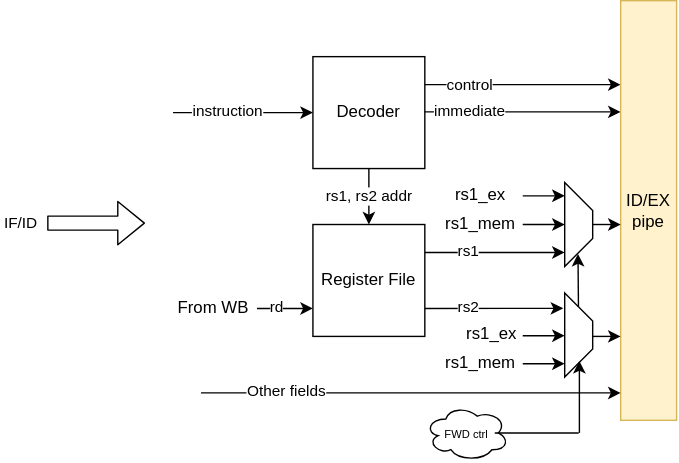
This is docs/cpu/assets/cpu/ID.drawio.svg from feipenghhq/TinyLinuxRV, a draw.io export, as it was before one commit. Source tidied: cells renumbered, new cells last; positions are measured from the earlier drawing's top-left corner, leaving out a move shared by most shapes. The source it was exported from:
```xml
<mxGraphModel>
  <root>
    <mxCell id="0" />
    <mxCell id="1" parent="0" />
    <mxCell id="2" style="endArrow=classic;html=1;" parent="1" edge="1">
      <mxGeometry relative="1" as="geometry">
        <mxPoint x="90" y="80" as="sourcePoint" />
        <mxPoint x="190" y="80" as="targetPoint" />
      </mxGeometry>
    </mxCell>
    <mxCell id="3" value="instruction" style="edgeLabel;html=1;align=center;verticalAlign=middle;" parent="2" vertex="1">
      <mxGeometry x="-0.06" y="2" relative="1" as="geometry">
        <mxPoint x="-9" as="offset" />
      </mxGeometry>
    </mxCell>
    <mxCell id="4" value="Decoder" style="whiteSpace=wrap;html=1;" parent="1" vertex="1">
      <mxGeometry x="190" y="40" width="80" height="80" as="geometry" />
    </mxCell>
    <mxCell id="5" value="Register File" style="whiteSpace=wrap;html=1;" parent="1" vertex="1">
      <mxGeometry x="190" y="160" width="80" height="80" as="geometry" />
    </mxCell>
    <mxCell id="6" style="endArrow=classic;html=1;exitX=0.5;exitY=1;exitDx=0;exitDy=0;entryX=0.5;entryY=0;entryDx=0;entryDy=0;" parent="1" edge="1" source="4" target="5">
      <mxGeometry relative="1" as="geometry" />
    </mxCell>
    <mxCell id="7" value="rs1, rs2 addr" style="edgeLabel;html=1;align=center;verticalAlign=middle;" parent="6" vertex="1">
      <mxGeometry x="-0.05" relative="1" as="geometry" />
    </mxCell>
    <mxCell id="8" style="endArrow=classic;html=1;" parent="1" edge="1">
      <mxGeometry relative="1" as="geometry">
        <mxPoint x="270" y="60" as="sourcePoint" />
        <mxPoint x="410" y="60" as="targetPoint" />
      </mxGeometry>
    </mxCell>
    <mxCell id="9" value="control" style="edgeLabel;html=1;align=center;verticalAlign=middle;" parent="8" vertex="1">
      <mxGeometry x="-0.56" y="1" relative="1" as="geometry" />
    </mxCell>
    <mxCell id="10" style="endArrow=classic;html=1;entryX=0.833;entryY=1;entryDx=0;entryDy=0;entryPerimeter=0;" parent="1" edge="1" target="16">
      <mxGeometry relative="1" as="geometry">
        <mxPoint x="270" y="180" as="sourcePoint" />
      </mxGeometry>
    </mxCell>
    <mxCell id="11" value="rs1" style="edgeLabel;html=1;align=center;verticalAlign=middle;" parent="10" vertex="1">
      <mxGeometry x="-0.38" y="1" relative="1" as="geometry" />
    </mxCell>
    <mxCell id="12" style="endArrow=classic;html=1;" parent="1" edge="1">
      <mxGeometry relative="1" as="geometry">
        <mxPoint x="270" y="79.5" as="sourcePoint" />
        <mxPoint x="410" y="79.5" as="targetPoint" />
      </mxGeometry>
    </mxCell>
    <mxCell id="13" value="immediate" style="edgeLabel;html=1;align=center;verticalAlign=middle;" parent="12" vertex="1">
      <mxGeometry x="-0.56" y="1" relative="1" as="geometry" />
    </mxCell>
    <mxCell id="14" style="endArrow=classic;html=1;entryX=0.182;entryY=1.051;entryDx=0;entryDy=0;entryPerimeter=0;" parent="1" edge="1" target="17">
      <mxGeometry relative="1" as="geometry">
        <mxPoint x="270" y="220" as="sourcePoint" />
      </mxGeometry>
    </mxCell>
    <mxCell id="15" value="rs2" style="edgeLabel;html=1;align=center;verticalAlign=middle;" parent="14" vertex="1">
      <mxGeometry x="-0.37" y="1" relative="1" as="geometry" />
    </mxCell>
    <mxCell id="16" style="shape=trapezoid;perimeter=trapezoidPerimeter;whiteSpace=wrap;html=1;shapeInside=1;fixedSize=1;rotation=90;" parent="1" vertex="1">
      <mxGeometry x="350" y="150" width="60" height="20" as="geometry" />
    </mxCell>
    <mxCell id="17" style="shape=trapezoid;perimeter=trapezoidPerimeter;whiteSpace=wrap;html=1;shapeInside=1;fixedSize=1;rotation=90;" parent="1" vertex="1">
      <mxGeometry x="350" y="229" width="60" height="20" as="geometry" />
    </mxCell>
    <mxCell id="18" style="endArrow=classic;html=1;" parent="1" edge="1">
      <mxGeometry relative="1" as="geometry">
        <mxPoint x="340" y="239.5" as="sourcePoint" />
        <mxPoint x="370" y="239.5" as="targetPoint" />
      </mxGeometry>
    </mxCell>
    <mxCell id="19" style="endArrow=classic;html=1;" parent="1" edge="1">
      <mxGeometry relative="1" as="geometry">
        <mxPoint x="340" y="259.5" as="sourcePoint" />
        <mxPoint x="370" y="259.5" as="targetPoint" />
      </mxGeometry>
    </mxCell>
    <mxCell id="20" value="rs1_ex" style="text;html=1;whiteSpace=wrap;strokeColor=none;fillColor=none;align=center;verticalAlign=middle;rounded=0;" parent="1" vertex="1">
      <mxGeometry x="288" y="232.5" width="60" height="11" as="geometry" />
    </mxCell>
    <mxCell id="21" value="rs1_mem" style="text;html=1;whiteSpace=wrap;strokeColor=none;fillColor=none;align=center;verticalAlign=middle;rounded=0;" parent="1" vertex="1">
      <mxGeometry x="280" y="253.5" width="60" height="11" as="geometry" />
    </mxCell>
    <mxCell id="22" style="endArrow=classic;html=1;" parent="1" edge="1">
      <mxGeometry relative="1" as="geometry">
        <mxPoint x="340" y="160" as="sourcePoint" />
        <mxPoint x="370" y="160" as="targetPoint" />
      </mxGeometry>
    </mxCell>
    <mxCell id="23" style="endArrow=classic;html=1;" parent="1" edge="1">
      <mxGeometry relative="1" as="geometry">
        <mxPoint x="340" y="139.5" as="sourcePoint" />
        <mxPoint x="370" y="139.5" as="targetPoint" />
      </mxGeometry>
    </mxCell>
    <mxCell id="24" value="rs1_ex" style="text;html=1;whiteSpace=wrap;strokeColor=none;fillColor=none;align=center;verticalAlign=middle;rounded=0;" parent="1" vertex="1">
      <mxGeometry x="280" y="133" width="60" height="11" as="geometry" />
    </mxCell>
    <mxCell id="25" value="rs1_mem" style="text;html=1;whiteSpace=wrap;strokeColor=none;fillColor=none;align=center;verticalAlign=middle;rounded=0;" parent="1" vertex="1">
      <mxGeometry x="280" y="154" width="60" height="11" as="geometry" />
    </mxCell>
    <mxCell id="26" value="ID/EX&lt;div&gt;pipe&lt;/div&gt;" style="rounded=0;whiteSpace=wrap;html=1;fillColor=#fff2cc;strokeColor=#d6b656;" parent="1" vertex="1">
      <mxGeometry x="410" width="40" height="300" as="geometry" />
    </mxCell>
    <mxCell id="27" style="endArrow=classic;html=1;" parent="1" edge="1">
      <mxGeometry relative="1" as="geometry">
        <mxPoint x="390" y="160" as="sourcePoint" />
        <mxPoint x="410" y="160" as="targetPoint" />
      </mxGeometry>
    </mxCell>
    <mxCell id="28" style="endArrow=classic;html=1;" parent="1" edge="1">
      <mxGeometry relative="1" as="geometry">
        <mxPoint x="390" y="240" as="sourcePoint" />
        <mxPoint x="410" y="240" as="targetPoint" />
      </mxGeometry>
    </mxCell>
    <mxCell id="29" style="endArrow=classic;html=1;entryX=0.182;entryY=1.051;entryDx=0;entryDy=0;entryPerimeter=0;" parent="1" edge="1">
      <mxGeometry relative="1" as="geometry">
        <mxPoint x="150" y="220" as="sourcePoint" />
        <mxPoint x="190" y="220" as="targetPoint" />
      </mxGeometry>
    </mxCell>
    <mxCell id="30" value="rd" style="edgeLabel;html=1;align=center;verticalAlign=middle;" parent="29" vertex="1">
      <mxGeometry x="-0.37" y="1" relative="1" as="geometry">
        <mxPoint y="-1" as="offset" />
      </mxGeometry>
    </mxCell>
    <mxCell id="31" value="From WB" style="text;html=1;whiteSpace=wrap;strokeColor=none;fillColor=none;align=center;verticalAlign=middle;rounded=0;" parent="1" vertex="1">
      <mxGeometry x="89" y="205" width="60" height="30" as="geometry" />
    </mxCell>
    <mxCell id="32" style="endArrow=classic;html=1;entryX=-0.003;entryY=0.068;entryDx=0;entryDy=0;entryPerimeter=0;" parent="1" edge="1">
      <mxGeometry relative="1" as="geometry">
        <mxPoint x="110" y="280.4" as="sourcePoint" />
        <mxPoint x="410" y="280.4" as="targetPoint" />
      </mxGeometry>
    </mxCell>
    <mxCell id="33" value="Other fields" style="edgeLabel;html=1;align=center;verticalAlign=middle;" parent="32" vertex="1">
      <mxGeometry x="-0.82" y="2" relative="1" as="geometry">
        <mxPoint x="33" as="offset" />
      </mxGeometry>
    </mxCell>
    <mxCell id="34" value="&lt;font style=&quot;font-size: 8px;&quot;&gt;FWD ctrl&lt;/font&gt;" style="ellipse;shape=cloud;whiteSpace=wrap;html=1;" parent="1" vertex="1">
      <mxGeometry x="270" y="289" width="60" height="40" as="geometry" />
    </mxCell>
    <mxCell id="35" style="shape=flexArrow;endArrow=classic;html=1;" parent="1" edge="1">
      <mxGeometry relative="1" as="geometry">
        <mxPoint y="159" as="sourcePoint" />
        <mxPoint x="70" y="159" as="targetPoint" />
      </mxGeometry>
    </mxCell>
    <mxCell id="36" value="IF/ID&amp;nbsp;" style="edgeLabel;html=1;align=center;verticalAlign=middle;inheritText=1;" parent="35" vertex="1">
      <mxGeometry x="-0.24" y="-4" relative="1" as="geometry">
        <mxPoint x="-47" y="-5" as="offset" />
      </mxGeometry>
    </mxCell>
    <mxCell id="37" style="endArrow=classic;html=1;" parent="1" edge="1">
      <mxGeometry relative="1" as="geometry">
        <mxPoint x="380.5" y="309" as="sourcePoint" />
        <mxPoint x="380.5" y="257.5" as="targetPoint" />
      </mxGeometry>
    </mxCell>
    <mxCell id="38" style="endArrow=none;html=1;" parent="1" edge="1">
      <mxGeometry relative="1" as="geometry">
        <mxPoint x="320" y="309" as="sourcePoint" />
        <mxPoint x="380" y="309" as="targetPoint" />
      </mxGeometry>
    </mxCell>
    <mxCell id="39" style="endArrow=classic;html=1;" parent="1" edge="1" source="17">
      <mxGeometry relative="1" as="geometry">
        <mxPoint x="379.5" y="181" as="targetPoint" />
      </mxGeometry>
    </mxCell>
  </root>
</mxGraphModel>
```
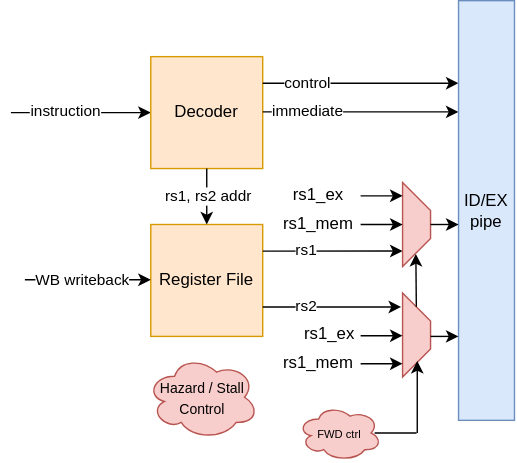
After the commit.

The edit, as a diff of the source:
```diff
@@ -13,10 +13,10 @@
         <mxPoint x="-9" as="offset" />
       </mxGeometry>
     </mxCell>
-    <mxCell id="4" value="Decoder" style="whiteSpace=wrap;html=1;" parent="1" vertex="1">
+    <mxCell id="4" value="Decoder" style="whiteSpace=wrap;html=1;fillColor=#ffe6cc;strokeColor=#d79b00;" parent="1" vertex="1">
       <mxGeometry x="190" y="40" width="80" height="80" as="geometry" />
     </mxCell>
-    <mxCell id="5" value="Register File" style="whiteSpace=wrap;html=1;" parent="1" vertex="1">
+    <mxCell id="5" value="Register File" style="whiteSpace=wrap;html=1;fillColor=#ffe6cc;strokeColor=#d79b00;" parent="1" vertex="1">
       <mxGeometry x="190" y="160" width="80" height="80" as="geometry" />
     </mxCell>
     <mxCell id="6" style="endArrow=classic;html=1;exitX=0.5;exitY=1;exitDx=0;exitDy=0;entryX=0.5;entryY=0;entryDx=0;entryDy=0;" parent="1" edge="1" source="4" target="5">
@@ -27,16 +27,17 @@
     </mxCell>
     <mxCell id="8" style="endArrow=classic;html=1;" parent="1" edge="1">
       <mxGeometry relative="1" as="geometry">
-        <mxPoint x="270" y="60" as="sourcePoint" />
-        <mxPoint x="410" y="60" as="targetPoint" />
+        <mxPoint x="270" y="59" as="sourcePoint" />
+        <mxPoint x="410" y="59" as="targetPoint" />
       </mxGeometry>
     </mxCell>
     <mxCell id="9" value="control" style="edgeLabel;html=1;align=center;verticalAlign=middle;" parent="8" vertex="1">
       <mxGeometry x="-0.56" y="1" relative="1" as="geometry" />
     </mxCell>
-    <mxCell id="10" style="endArrow=classic;html=1;entryX=0.833;entryY=1;entryDx=0;entryDy=0;entryPerimeter=0;" parent="1" edge="1" target="16">
+    <mxCell id="10" style="endArrow=classic;html=1;entryX=0.833;entryY=1;entryDx=0;entryDy=0;entryPerimeter=0;" parent="1" edge="1">
       <mxGeometry relative="1" as="geometry">
-        <mxPoint x="270" y="180" as="sourcePoint" />
+        <mxPoint x="270" y="179" as="sourcePoint" />
+        <mxPoint x="370" y="179" as="targetPoint" />
       </mxGeometry>
     </mxCell>
     <mxCell id="11" value="rs1" style="edgeLabel;html=1;align=center;verticalAlign=middle;" parent="10" vertex="1">
@@ -51,18 +52,19 @@
     <mxCell id="13" value="immediate" style="edgeLabel;html=1;align=center;verticalAlign=middle;" parent="12" vertex="1">
       <mxGeometry x="-0.56" y="1" relative="1" as="geometry" />
     </mxCell>
-    <mxCell id="14" style="endArrow=classic;html=1;entryX=0.182;entryY=1.051;entryDx=0;entryDy=0;entryPerimeter=0;" parent="1" edge="1" target="17">
+    <mxCell id="14" style="endArrow=classic;html=1;entryX=0.182;entryY=1.051;entryDx=0;entryDy=0;entryPerimeter=0;" parent="1" edge="1">
       <mxGeometry relative="1" as="geometry">
-        <mxPoint x="270" y="220" as="sourcePoint" />
+        <mxPoint x="270" y="219" as="sourcePoint" />
+        <mxPoint x="369" y="218.9" as="targetPoint" />
       </mxGeometry>
     </mxCell>
     <mxCell id="15" value="rs2" style="edgeLabel;html=1;align=center;verticalAlign=middle;" parent="14" vertex="1">
       <mxGeometry x="-0.37" y="1" relative="1" as="geometry" />
     </mxCell>
-    <mxCell id="16" style="shape=trapezoid;perimeter=trapezoidPerimeter;whiteSpace=wrap;html=1;shapeInside=1;fixedSize=1;rotation=90;" parent="1" vertex="1">
+    <mxCell id="16" style="shape=trapezoid;perimeter=trapezoidPerimeter;whiteSpace=wrap;html=1;shapeInside=1;fixedSize=1;rotation=90;fillColor=#f8cecc;strokeColor=#b85450;" parent="1" vertex="1">
       <mxGeometry x="350" y="150" width="60" height="20" as="geometry" />
     </mxCell>
-    <mxCell id="17" style="shape=trapezoid;perimeter=trapezoidPerimeter;whiteSpace=wrap;html=1;shapeInside=1;fixedSize=1;rotation=90;" parent="1" vertex="1">
+    <mxCell id="17" style="shape=trapezoid;perimeter=trapezoidPerimeter;whiteSpace=wrap;html=1;shapeInside=1;fixedSize=1;rotation=90;fillColor=#f8cecc;strokeColor=#b85450;" parent="1" vertex="1">
       <mxGeometry x="350" y="229" width="60" height="20" as="geometry" />
     </mxCell>
     <mxCell id="18" style="endArrow=classic;html=1;" parent="1" edge="1">
@@ -101,7 +103,7 @@
     <mxCell id="25" value="rs1_mem" style="text;html=1;whiteSpace=wrap;strokeColor=none;fillColor=none;align=center;verticalAlign=middle;rounded=0;" parent="1" vertex="1">
       <mxGeometry x="280" y="154" width="60" height="11" as="geometry" />
     </mxCell>
-    <mxCell id="26" value="ID/EX&lt;div&gt;pipe&lt;/div&gt;" style="rounded=0;whiteSpace=wrap;html=1;fillColor=#fff2cc;strokeColor=#d6b656;" parent="1" vertex="1">
+    <mxCell id="26" value="ID/EX&lt;div&gt;pipe&lt;/div&gt;" style="rounded=0;whiteSpace=wrap;html=1;fillColor=#dae8fc;strokeColor=#6c8ebf;" parent="1" vertex="1">
       <mxGeometry x="410" width="40" height="300" as="geometry" />
     </mxCell>
     <mxCell id="27" style="endArrow=classic;html=1;" parent="1" edge="1">
@@ -118,43 +120,16 @@
     </mxCell>
     <mxCell id="29" style="endArrow=classic;html=1;entryX=0.182;entryY=1.051;entryDx=0;entryDy=0;entryPerimeter=0;" parent="1" edge="1">
       <mxGeometry relative="1" as="geometry">
-        <mxPoint x="150" y="220" as="sourcePoint" />
-        <mxPoint x="190" y="220" as="targetPoint" />
+        <mxPoint x="100" y="199.5" as="sourcePoint" />
+        <mxPoint x="190" y="199.5" as="targetPoint" />
       </mxGeometry>
     </mxCell>
-    <mxCell id="30" value="rd" style="edgeLabel;html=1;align=center;verticalAlign=middle;" parent="29" vertex="1">
-      <mxGeometry x="-0.37" y="1" relative="1" as="geometry">
-        <mxPoint y="-1" as="offset" />
-      </mxGeometry>
-    </mxCell>
-    <mxCell id="31" value="From WB" style="text;html=1;whiteSpace=wrap;strokeColor=none;fillColor=none;align=center;verticalAlign=middle;rounded=0;" parent="1" vertex="1">
-      <mxGeometry x="89" y="205" width="60" height="30" as="geometry" />
-    </mxCell>
-    <mxCell id="32" style="endArrow=classic;html=1;entryX=-0.003;entryY=0.068;entryDx=0;entryDy=0;entryPerimeter=0;" parent="1" edge="1">
-      <mxGeometry relative="1" as="geometry">
-        <mxPoint x="110" y="280.4" as="sourcePoint" />
-        <mxPoint x="410" y="280.4" as="targetPoint" />
-      </mxGeometry>
-    </mxCell>
-    <mxCell id="33" value="Other fields" style="edgeLabel;html=1;align=center;verticalAlign=middle;" parent="32" vertex="1">
-      <mxGeometry x="-0.82" y="2" relative="1" as="geometry">
-        <mxPoint x="33" as="offset" />
-      </mxGeometry>
-    </mxCell>
+    <mxCell id="40" value="WB writeback" style="edgeLabel;html=1;align=center;verticalAlign=middle;inheritText=1;" parent="29" vertex="1">
+      <mxGeometry x="-0.11" relative="1" as="geometry" />
+    </mxCell>
-    <mxCell id="34" value="&lt;font style=&quot;font-size: 8px;&quot;&gt;FWD ctrl&lt;/font&gt;" style="ellipse;shape=cloud;whiteSpace=wrap;html=1;" parent="1" vertex="1">
-      <mxGeometry x="270" y="289" width="60" height="40" as="geometry" />
+    <mxCell id="34" value="&lt;font style=&quot;font-size: 8px;&quot;&gt;FWD ctrl&lt;/font&gt;" style="ellipse;shape=cloud;whiteSpace=wrap;html=1;fillColor=#f8cecc;strokeColor=#b85450;" parent="1" vertex="1">
+      <mxGeometry x="295" y="289" width="60" height="40" as="geometry" />
     </mxCell>
-    <mxCell id="35" style="shape=flexArrow;endArrow=classic;html=1;" parent="1" edge="1">
-      <mxGeometry relative="1" as="geometry">
-        <mxPoint y="159" as="sourcePoint" />
-        <mxPoint x="70" y="159" as="targetPoint" />
-      </mxGeometry>
-    </mxCell>
-    <mxCell id="36" value="IF/ID&amp;nbsp;" style="edgeLabel;html=1;align=center;verticalAlign=middle;inheritText=1;" parent="35" vertex="1">
-      <mxGeometry x="-0.24" y="-4" relative="1" as="geometry">
-        <mxPoint x="-47" y="-5" as="offset" />
-      </mxGeometry>
-    </mxCell>
     <mxCell id="37" style="endArrow=classic;html=1;" parent="1" edge="1">
       <mxGeometry relative="1" as="geometry">
         <mxPoint x="380.5" y="309" as="sourcePoint" />
@@ -163,7 +138,7 @@
     </mxCell>
     <mxCell id="38" style="endArrow=none;html=1;" parent="1" edge="1">
       <mxGeometry relative="1" as="geometry">
-        <mxPoint x="320" y="309" as="sourcePoint" />
+        <mxPoint x="350" y="309" as="sourcePoint" />
         <mxPoint x="380" y="309" as="targetPoint" />
       </mxGeometry>
     </mxCell>
@@ -172,5 +147,8 @@
         <mxPoint x="379.5" y="181" as="targetPoint" />
       </mxGeometry>
     </mxCell>
+    <mxCell id="41" value="&lt;span style=&quot;color: rgb(0, 0, 0); font-size: 10px;&quot;&gt;Hazard / Stall Control&lt;/span&gt;" style="ellipse;shape=cloud;whiteSpace=wrap;html=1;fillColor=#f8cecc;strokeColor=#b85450;" parent="1" vertex="1">
+      <mxGeometry x="187" y="253.5" width="80" height="60" as="geometry" />
+    </mxCell>
   </root>
 </mxGraphModel>
```
